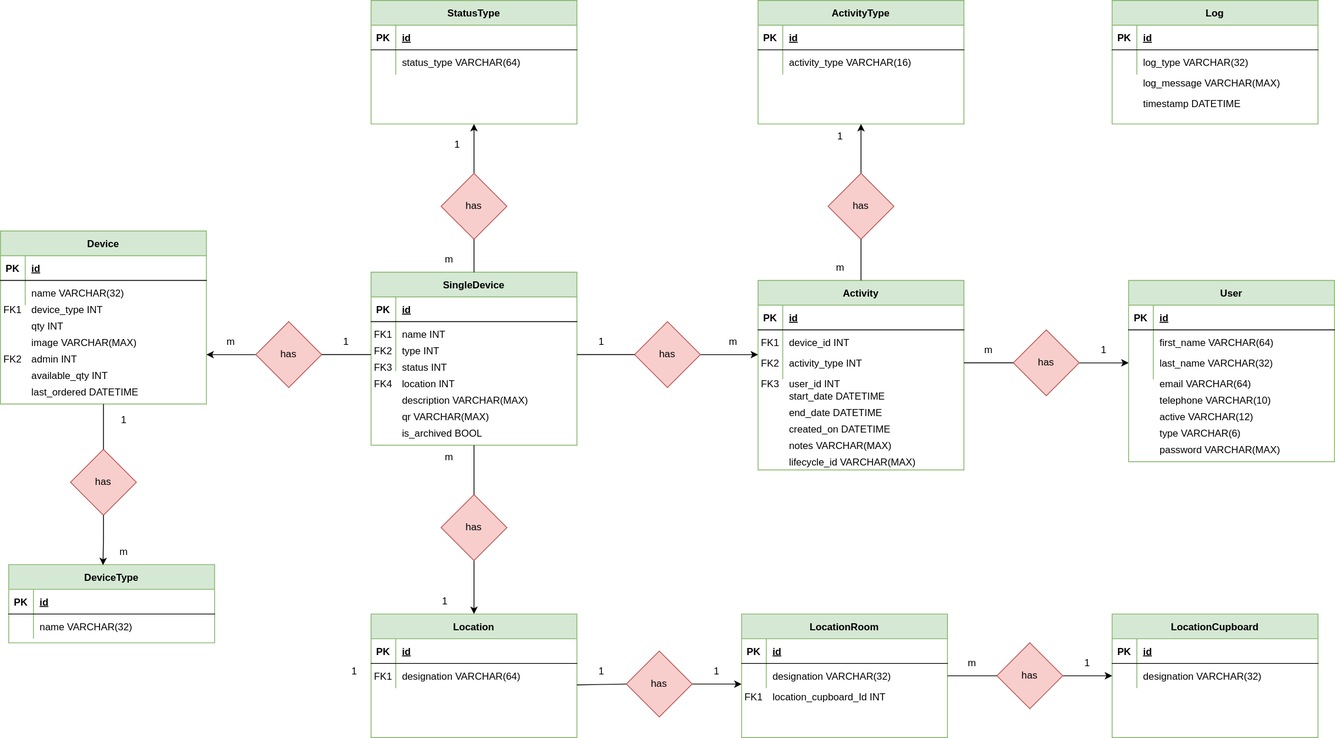
Earlier version of the draw.io export Lagerstyringsprojekt/lagerstyring_db_erd.drawio.svg (rgammelby/H3). Source tidied: cells renumbered, new cells last; positions are measured from the earlier drawing's top-left corner, leaving out a move shared by most shapes.
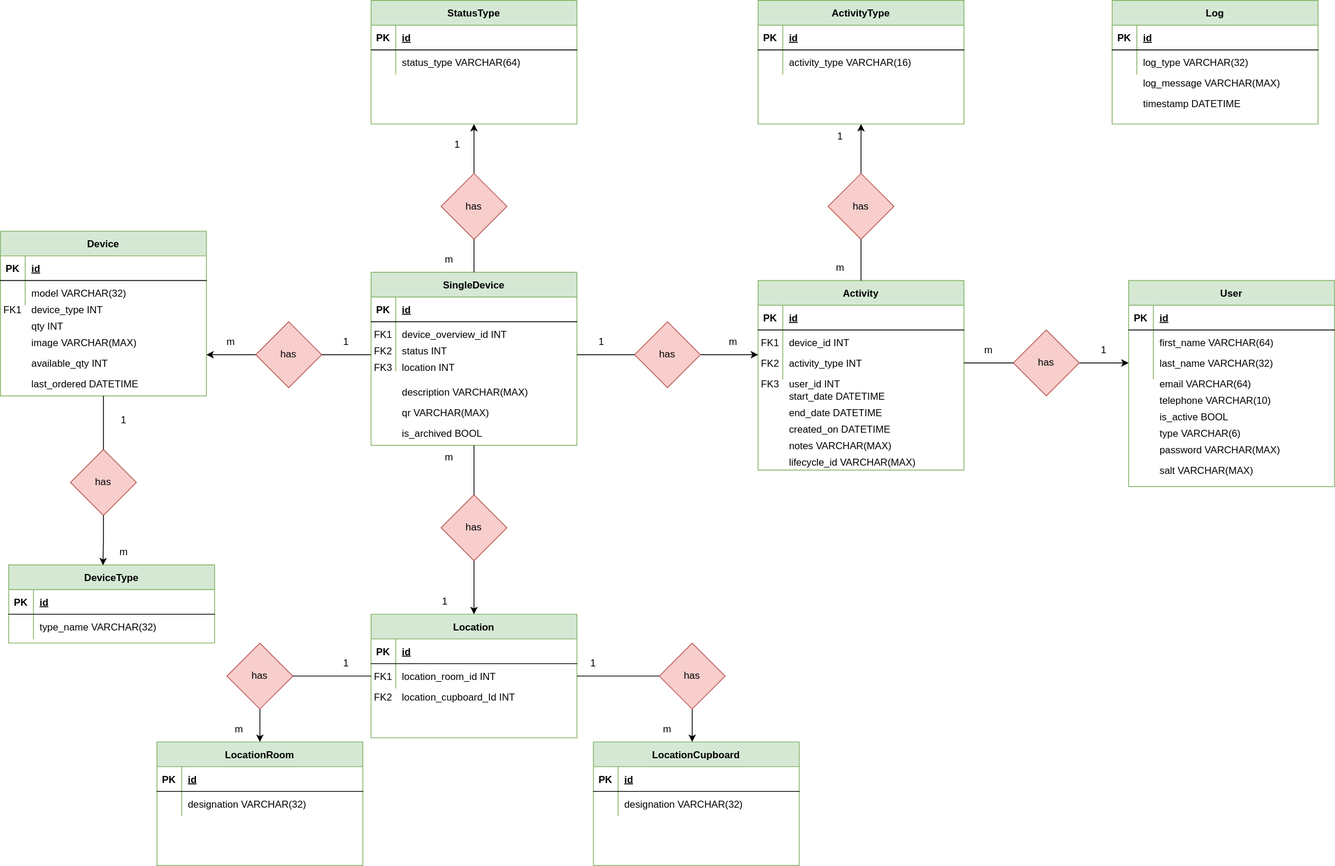
The same file after the commit.

Diff of the diagram source:
```diff
@@ -3,7 +3,7 @@
     <mxCell id="0" />
     <mxCell id="1" parent="0" />
     <mxCell id="2" value="Device" style="shape=table;startSize=30;rowLines=0;fontStyle=1;align=center;fillColor=#d5e8d4;strokeColor=#82b366;" parent="1" vertex="1">
-      <mxGeometry y="280" width="250" height="210" as="geometry" />
+      <mxGeometry y="280" width="250" height="200" as="geometry" />
     </mxCell>
     <mxCell id="3" style="shape=partialRectangle;fillColor=none;top=0;left=0;right=0;bottom=1;" parent="2" vertex="1">
       <mxGeometry y="30" width="250" height="30" as="geometry" />
@@ -20,7 +20,7 @@
     <mxCell id="7" style="shape=partialRectangle;overflow=hidden;fillColor=none;top=0;left=0;bottom=0;right=0;" parent="6" vertex="1">
       <mxGeometry width="30" height="30" as="geometry" />
     </mxCell>
-    <mxCell id="8" value="name VARCHAR(32)" style="shape=partialRectangle;overflow=hidden;fillColor=none;top=0;left=0;bottom=0;right=0;align=left;spacingLeft=6;" parent="6" vertex="1">
+    <mxCell id="8" value="model VARCHAR(32)" style="shape=partialRectangle;overflow=hidden;fillColor=none;top=0;left=0;bottom=0;right=0;align=left;spacingLeft=6;" parent="6" vertex="1">
       <mxGeometry x="30" width="220" height="30" as="geometry" />
     </mxCell>
     <mxCell id="9" value="SingleDevice" style="shape=table;startSize=30;rowLines=0;fontStyle=1;align=center;fillColor=#d5e8d4;strokeColor=#82b366;" parent="1" vertex="1">
@@ -41,7 +41,7 @@
     <mxCell id="14" style="shape=partialRectangle;overflow=hidden;fillColor=none;top=0;left=0;bottom=0;right=0;" parent="13" vertex="1">
       <mxGeometry width="30" height="30" as="geometry" />
     </mxCell>
-    <mxCell id="15" value="name INT" style="shape=partialRectangle;overflow=hidden;fillColor=none;top=0;left=0;bottom=0;right=0;align=left;spacingLeft=6;" parent="13" vertex="1">
+    <mxCell id="15" value="device_overview_id INT" style="shape=partialRectangle;overflow=hidden;fillColor=none;top=0;left=0;bottom=0;right=0;align=left;spacingLeft=6;" parent="13" vertex="1">
       <mxGeometry x="30" width="220" height="30" as="geometry" />
     </mxCell>
     <mxCell id="16" style="shape=partialRectangle;fillColor=none;top=0;left=0;right=0;bottom=0;" parent="9" vertex="1">
@@ -54,20 +54,17 @@
       <mxGeometry x="30" width="220" height="30" as="geometry" />
     </mxCell>
     <mxCell id="19" value="description VARCHAR(MAX)" style="shape=partialRectangle;overflow=hidden;fillColor=none;top=0;left=0;bottom=0;right=0;align=left;spacingLeft=6;" parent="1" vertex="1">
-      <mxGeometry x="480" y="470" width="220" height="30" as="geometry" />
+      <mxGeometry x="480" y="460" width="220" height="30" as="geometry" />
     </mxCell>
     <mxCell id="20" value="status INT" style="shape=partialRectangle;overflow=hidden;fillColor=none;top=0;left=0;bottom=0;right=0;align=left;spacingLeft=6;" parent="1" vertex="1">
-      <mxGeometry x="480" y="430" width="220" height="30" as="geometry" />
+      <mxGeometry x="480" y="410" width="220" height="30" as="geometry" />
     </mxCell>
     <mxCell id="21" value="location INT" style="shape=partialRectangle;overflow=hidden;fillColor=none;top=0;left=0;bottom=0;right=0;align=left;spacingLeft=6;" parent="1" vertex="1">
-      <mxGeometry x="480" y="450" width="220" height="30" as="geometry" />
+      <mxGeometry x="480" y="430" width="220" height="30" as="geometry" />
     </mxCell>
     <mxCell id="22" value="qr VARCHAR(MAX)" style="shape=partialRectangle;overflow=hidden;fillColor=none;top=0;left=0;bottom=0;right=0;align=left;spacingLeft=6;" parent="1" vertex="1">
-      <mxGeometry x="480" y="490" width="220" height="30" as="geometry" />
+      <mxGeometry x="480" y="485" width="220" height="30" as="geometry" />
     </mxCell>
-    <mxCell id="23" value="type INT" style="shape=partialRectangle;overflow=hidden;fillColor=none;top=0;left=0;bottom=0;right=0;align=left;spacingLeft=6;" parent="1" vertex="1">
-      <mxGeometry x="480" y="410" width="220" height="30" as="geometry" />
-    </mxCell>
     <mxCell id="24" value="FK1" style="shape=partialRectangle;overflow=hidden;fillColor=none;top=0;left=0;bottom=0;right=0;" parent="1" vertex="1">
       <mxGeometry x="450" y="390" width="30" height="30" as="geometry" />
     </mxCell>
@@ -77,9 +74,6 @@
     <mxCell id="26" value="FK3" style="shape=partialRectangle;overflow=hidden;fillColor=none;top=0;left=0;bottom=0;right=0;" parent="1" vertex="1">
       <mxGeometry x="450" y="430" width="30" height="30" as="geometry" />
     </mxCell>
-    <mxCell id="27" value="FK4" style="shape=partialRectangle;overflow=hidden;fillColor=none;top=0;left=0;bottom=0;right=0;" parent="1" vertex="1">
-      <mxGeometry x="450" y="450" width="30" height="30" as="geometry" />
-    </mxCell>
     <mxCell id="28" value="device_type INT" style="shape=partialRectangle;overflow=hidden;fillColor=none;top=0;left=0;bottom=0;right=0;align=left;spacingLeft=6;" parent="1" vertex="1">
       <mxGeometry x="30" y="360" width="220" height="30" as="geometry" />
     </mxCell>
@@ -189,7 +183,7 @@
       <mxGeometry x="30" width="220" height="30" as="geometry" />
     </mxCell>
     <mxCell id="64" value="User" style="shape=table;startSize=30;rowLines=0;fontStyle=1;align=center;fillColor=#d5e8d4;strokeColor=#82b366;" parent="1" vertex="1">
-      <mxGeometry x="1370" y="340" width="250" height="220" as="geometry" />
+      <mxGeometry x="1370" y="340" width="250" height="250" as="geometry" />
     </mxCell>
     <mxCell id="65" style="shape=partialRectangle;fillColor=none;top=0;left=0;right=0;bottom=1;" parent="64" vertex="1">
       <mxGeometry y="30" width="250" height="30" as="geometry" />
@@ -227,7 +221,7 @@
     <mxCell id="76" value="telephone VARCHAR(10)" style="shape=partialRectangle;overflow=hidden;fillColor=none;top=0;left=0;bottom=0;right=0;align=left;spacingLeft=6;" parent="1" vertex="1">
       <mxGeometry x="1400" y="470" width="220" height="30" as="geometry" />
     </mxCell>
-    <mxCell id="77" value="active VARCHAR(12)" style="shape=partialRectangle;overflow=hidden;fillColor=none;top=0;left=0;bottom=0;right=0;align=left;spacingLeft=6;" parent="1" vertex="1">
+    <mxCell id="77" value="is_active BOOL" style="shape=partialRectangle;overflow=hidden;fillColor=none;top=0;left=0;bottom=0;right=0;align=left;spacingLeft=6;" parent="1" vertex="1">
       <mxGeometry x="1400" y="490" width="220" height="30" as="geometry" />
     </mxCell>
     <mxCell id="78" value="type VARCHAR(6)" style="shape=partialRectangle;overflow=hidden;fillColor=none;top=0;left=0;bottom=0;right=0;align=left;spacingLeft=6;" parent="1" vertex="1">
@@ -251,11 +245,11 @@
     <mxCell id="84" style="shape=partialRectangle;overflow=hidden;fillColor=none;top=0;left=0;bottom=0;right=0;" parent="83" vertex="1">
       <mxGeometry width="30" height="30" as="geometry" />
     </mxCell>
-    <mxCell id="85" value="designation VARCHAR(64)" style="shape=partialRectangle;overflow=hidden;fillColor=none;top=0;left=0;bottom=0;right=0;align=left;spacingLeft=6;" parent="83" vertex="1">
+    <mxCell id="85" value="location_room_id INT" style="shape=partialRectangle;overflow=hidden;fillColor=none;top=0;left=0;bottom=0;right=0;align=left;spacingLeft=6;" parent="83" vertex="1">
       <mxGeometry x="30" width="220" height="30" as="geometry" />
     </mxCell>
     <mxCell id="86" value="LocationCupboard" style="shape=table;startSize=30;rowLines=0;fontStyle=1;align=center;fillColor=#d5e8d4;strokeColor=#82b366;" parent="1" vertex="1">
-      <mxGeometry x="1350" y="745" width="250" height="150" as="geometry" />
+      <mxGeometry x="720" y="900" width="250" height="150" as="geometry" />
     </mxCell>
     <mxCell id="87" style="shape=partialRectangle;fillColor=none;top=0;left=0;right=0;bottom=1;" parent="86" vertex="1">
       <mxGeometry y="30" width="250" height="30" as="geometry" />
@@ -333,11 +327,16 @@
     <mxCell id="108" value="has" style="rhombus;whiteSpace=wrap;html=1;fillColor=#f8cecc;strokeColor=#b85450;" parent="1" vertex="1">
       <mxGeometry x="310" y="390" width="80" height="80" as="geometry" />
     </mxCell>
-    <mxCell id="109" style="edgeStyle=orthogonalEdgeStyle;rounded=0;jettySize=auto;html=1;entryX=0;entryY=0.5;entryDx=0;entryDy=0;" parent="1" edge="1" source="110" target="90">
-      <mxGeometry relative="1" as="geometry" />
-    </mxCell>
+    <mxCell id="174" style="edgeStyle=orthogonalEdgeStyle;rounded=0;jettySize=auto;html=1;" parent="1" edge="1" source="110" target="86">
+      <mxGeometry relative="1" as="geometry">
+        <Array as="points">
+          <mxPoint x="840" y="880" />
+          <mxPoint x="840" y="880" />
+        </Array>
+      </mxGeometry>
+    </mxCell>
     <mxCell id="110" value="has" style="rhombus;whiteSpace=wrap;html=1;fillColor=#f8cecc;strokeColor=#b85450;" parent="1" vertex="1">
-      <mxGeometry x="1210" y="780" width="80" height="80" as="geometry" />
+      <mxGeometry x="800" y="780" width="80" height="80" as="geometry" />
     </mxCell>
     <mxCell id="111" style="edgeStyle=orthogonalEdgeStyle;rounded=0;jettySize=auto;html=1;" parent="1" edge="1" source="112" target="71">
       <mxGeometry relative="1" as="geometry">
@@ -408,7 +407,7 @@
       <mxGeometry x="1310" y="410" width="60" height="30" as="geometry" />
     </mxCell>
     <mxCell id="130" value="m" style="text;html=1;align=center;verticalAlign=middle;whiteSpace=wrap;rounded=0;" parent="1" vertex="1">
-      <mxGeometry x="1150" y="790" width="60" height="30" as="geometry" />
+      <mxGeometry x="260" y="870" width="60" height="30" as="geometry" />
     </mxCell>
     <mxCell id="131" value="1" style="text;html=1;align=center;verticalAlign=middle;whiteSpace=wrap;rounded=0;" parent="1" vertex="1">
       <mxGeometry x="510" y="715" width="60" height="30" as="geometry" />
@@ -417,13 +416,13 @@
       <mxGeometry x="515" y="540" width="60" height="30" as="geometry" />
     </mxCell>
     <mxCell id="133" value="1" style="text;html=1;align=center;verticalAlign=middle;whiteSpace=wrap;rounded=0;" parent="1" vertex="1">
-      <mxGeometry x="400" y="800" width="60" height="30" as="geometry" />
+      <mxGeometry x="390" y="790" width="60" height="30" as="geometry" />
     </mxCell>
     <mxCell id="134" style="endArrow=none;html=1;rounded=0;exitX=0.5;exitY=0;exitDx=0;exitDy=0;" parent="1" edge="1" source="116" target="9">
       <mxGeometry relative="1" as="geometry" />
     </mxCell>
     <mxCell id="135" value="LocationRoom" style="shape=table;startSize=30;rowLines=0;fontStyle=1;align=center;fillColor=#d5e8d4;strokeColor=#82b366;" parent="1" vertex="1">
-      <mxGeometry x="900" y="745" width="250" height="150" as="geometry" />
+      <mxGeometry x="190" y="900" width="250" height="150" as="geometry" />
     </mxCell>
     <mxCell id="136" style="shape=partialRectangle;fillColor=none;top=0;left=0;right=0;bottom=1;" parent="135" vertex="1">
       <mxGeometry y="30" width="250" height="30" as="geometry" />
@@ -443,36 +442,17 @@
     <mxCell id="141" value="designation VARCHAR(32)" style="shape=partialRectangle;overflow=hidden;fillColor=none;top=0;left=0;bottom=0;right=0;align=left;spacingLeft=6;" parent="139" vertex="1">
       <mxGeometry x="30" width="220" height="30" as="geometry" />
     </mxCell>
-    <mxCell id="142" style="edgeStyle=orthogonalEdgeStyle;rounded=0;jettySize=auto;html=1;" parent="1" edge="1" source="143" target="139">
-      <mxGeometry relative="1" as="geometry">
-        <Array as="points">
-          <mxPoint x="880" y="830" />
-          <mxPoint x="880" y="830" />
-        </Array>
-      </mxGeometry>
-    </mxCell>
+    <mxCell id="175" style="edgeStyle=orthogonalEdgeStyle;rounded=0;jettySize=auto;html=1;" parent="1" edge="1" source="143" target="135">
+      <mxGeometry relative="1" as="geometry" />
+    </mxCell>
     <mxCell id="143" value="has" style="rhombus;whiteSpace=wrap;html=1;fillColor=#f8cecc;strokeColor=#b85450;" parent="1" vertex="1">
-      <mxGeometry x="760" y="790" width="80" height="80" as="geometry" />
+      <mxGeometry x="275" y="780" width="80" height="80" as="geometry" />
     </mxCell>
-    <mxCell id="144" style="endArrow=none;html=1;rounded=0;exitX=0;exitY=0.5;exitDx=0;exitDy=0;" parent="1" edge="1" source="143">
-      <mxGeometry relative="1" as="geometry">
-        <mxPoint x="700" y="831" as="targetPoint" />
-      </mxGeometry>
-    </mxCell>
-    <mxCell id="145" style="endArrow=none;html=1;rounded=0;exitX=0;exitY=0.5;exitDx=0;exitDy=0;" parent="1" edge="1" source="110" target="139">
-      <mxGeometry relative="1" as="geometry" />
-    </mxCell>
-    <mxCell id="146" value="1" style="text;html=1;align=center;verticalAlign=middle;whiteSpace=wrap;rounded=0;" parent="1" vertex="1">
-      <mxGeometry x="700" y="800" width="60" height="30" as="geometry" />
-    </mxCell>
     <mxCell id="147" value="1" style="text;html=1;align=center;verticalAlign=middle;whiteSpace=wrap;rounded=0;" parent="1" vertex="1">
-      <mxGeometry x="840" y="800" width="60" height="30" as="geometry" />
+      <mxGeometry x="690" y="790" width="60" height="30" as="geometry" />
     </mxCell>
-    <mxCell id="148" value="1" style="text;html=1;align=center;verticalAlign=middle;whiteSpace=wrap;rounded=0;" parent="1" vertex="1">
-      <mxGeometry x="1290" y="790" width="60" height="30" as="geometry" />
-    </mxCell>
     <mxCell id="149" value="location_cupboard_Id INT" style="shape=partialRectangle;overflow=hidden;fillColor=none;top=0;left=0;bottom=0;right=0;align=left;spacingLeft=6;" parent="1" vertex="1">
-      <mxGeometry x="930" y="830" width="220" height="30" as="geometry" />
+      <mxGeometry x="480" y="830" width="220" height="30" as="geometry" />
     </mxCell>
     <mxCell id="150" value="DeviceType" style="shape=table;startSize=30;rowLines=0;fontStyle=1;align=center;fillColor=#d5e8d4;strokeColor=#82b366;" parent="1" vertex="1">
       <mxGeometry x="10" y="685" width="250" height="95" as="geometry" />
@@ -492,7 +472,7 @@
     <mxCell id="155" style="shape=partialRectangle;overflow=hidden;fillColor=none;top=0;left=0;bottom=0;right=0;" parent="154" vertex="1">
       <mxGeometry width="30" height="30" as="geometry" />
     </mxCell>
-    <mxCell id="156" value="name VARCHAR(32)" style="shape=partialRectangle;overflow=hidden;fillColor=none;top=0;left=0;bottom=0;right=0;align=left;spacingLeft=6;" parent="154" vertex="1">
+    <mxCell id="156" value="type_name VARCHAR(32)" style="shape=partialRectangle;overflow=hidden;fillColor=none;top=0;left=0;bottom=0;right=0;align=left;spacingLeft=6;" parent="154" vertex="1">
       <mxGeometry x="30" width="220" height="30" as="geometry" />
     </mxCell>
     <mxCell id="157" value="has" style="rhombus;whiteSpace=wrap;html=1;fillColor=#f8cecc;strokeColor=#b85450;" parent="1" vertex="1">
@@ -519,14 +499,11 @@
     <mxCell id="164" value="is_archived BOOL" style="shape=partialRectangle;overflow=hidden;fillColor=none;top=0;left=0;bottom=0;right=0;align=left;spacingLeft=6;" parent="1" vertex="1">
       <mxGeometry x="480" y="510" width="220" height="30" as="geometry" />
     </mxCell>
-    <mxCell id="165" value="admin INT" style="shape=partialRectangle;overflow=hidden;fillColor=none;top=0;left=0;bottom=0;right=0;align=left;spacingLeft=6;" parent="1" vertex="1">
-      <mxGeometry x="30" y="420" width="220" height="30" as="geometry" />
-    </mxCell>
     <mxCell id="166" value="available_qty INT" style="shape=partialRectangle;overflow=hidden;fillColor=none;top=0;left=0;bottom=0;right=0;align=left;spacingLeft=6;" parent="1" vertex="1">
-      <mxGeometry x="30" y="440" width="220" height="30" as="geometry" />
+      <mxGeometry x="30" y="425" width="220" height="30" as="geometry" />
     </mxCell>
     <mxCell id="167" value="last_ordered DATETIME" style="shape=partialRectangle;overflow=hidden;fillColor=none;top=0;left=0;bottom=0;right=0;align=left;spacingLeft=6;" parent="1" vertex="1">
-      <mxGeometry x="30" y="460" width="220" height="30" as="geometry" />
+      <mxGeometry x="30" y="450" width="220" height="30" as="geometry" />
     </mxCell>
     <mxCell id="168" value="password VARCHAR(MAX)" style="shape=partialRectangle;overflow=hidden;fillColor=none;top=0;left=0;bottom=0;right=0;align=left;spacingLeft=6;" parent="1" vertex="1">
       <mxGeometry x="1400" y="530" width="220" height="30" as="geometry" />
@@ -534,8 +511,8 @@
     <mxCell id="169" value="timestamp DATETIME" style="shape=partialRectangle;overflow=hidden;fillColor=none;top=0;left=0;bottom=0;right=0;align=left;spacingLeft=6;" parent="1" vertex="1">
       <mxGeometry x="1380" y="110" width="220" height="30" as="geometry" />
     </mxCell>
-    <mxCell id="170" value="FK1" style="shape=partialRectangle;overflow=hidden;fillColor=none;top=0;left=0;bottom=0;right=0;" parent="1" vertex="1">
-      <mxGeometry x="900" y="830" width="30" height="30" as="geometry" />
+    <mxCell id="170" value="FK2" style="shape=partialRectangle;overflow=hidden;fillColor=none;top=0;left=0;bottom=0;right=0;" parent="1" vertex="1">
+      <mxGeometry x="450" y="830" width="30" height="30" as="geometry" />
     </mxCell>
     <mxCell id="171" value="FK1" style="shape=partialRectangle;overflow=hidden;fillColor=none;top=0;left=0;bottom=0;right=0;" parent="1" vertex="1">
       <mxGeometry x="450" y="805" width="30" height="30" as="geometry" />
@@ -543,8 +520,17 @@
     <mxCell id="172" value="FK1" style="shape=partialRectangle;overflow=hidden;fillColor=none;top=0;left=0;bottom=0;right=0;" parent="1" vertex="1">
       <mxGeometry y="360" width="30" height="30" as="geometry" />
     </mxCell>
-    <mxCell id="173" value="FK2" style="shape=partialRectangle;overflow=hidden;fillColor=none;top=0;left=0;bottom=0;right=0;" parent="1" vertex="1">
-      <mxGeometry y="420" width="30" height="30" as="geometry" />
-    </mxCell>
+    <mxCell id="176" value="m" style="text;html=1;align=center;verticalAlign=middle;whiteSpace=wrap;rounded=0;" parent="1" vertex="1">
+      <mxGeometry x="780" y="870" width="60" height="30" as="geometry" />
+    </mxCell>
+    <mxCell id="177" style="endArrow=none;html=1;rounded=0;entryX=0;entryY=0.5;entryDx=0;entryDy=0;" parent="1" edge="1" source="79" target="110">
+      <mxGeometry relative="1" as="geometry" />
+    </mxCell>
+    <mxCell id="178" style="endArrow=none;html=1;rounded=0;entryX=1;entryY=0.5;entryDx=0;entryDy=0;" parent="1" edge="1" source="79" target="143">
+      <mxGeometry relative="1" as="geometry" />
+    </mxCell>
+    <mxCell id="179" value="salt VARCHAR(MAX)" style="shape=partialRectangle;overflow=hidden;fillColor=none;top=0;left=0;bottom=0;right=0;align=left;spacingLeft=6;" parent="1" vertex="1">
+      <mxGeometry x="1400" y="555" width="220" height="30" as="geometry" />
+    </mxCell>
   </root>
 </mxGraphModel>
```
